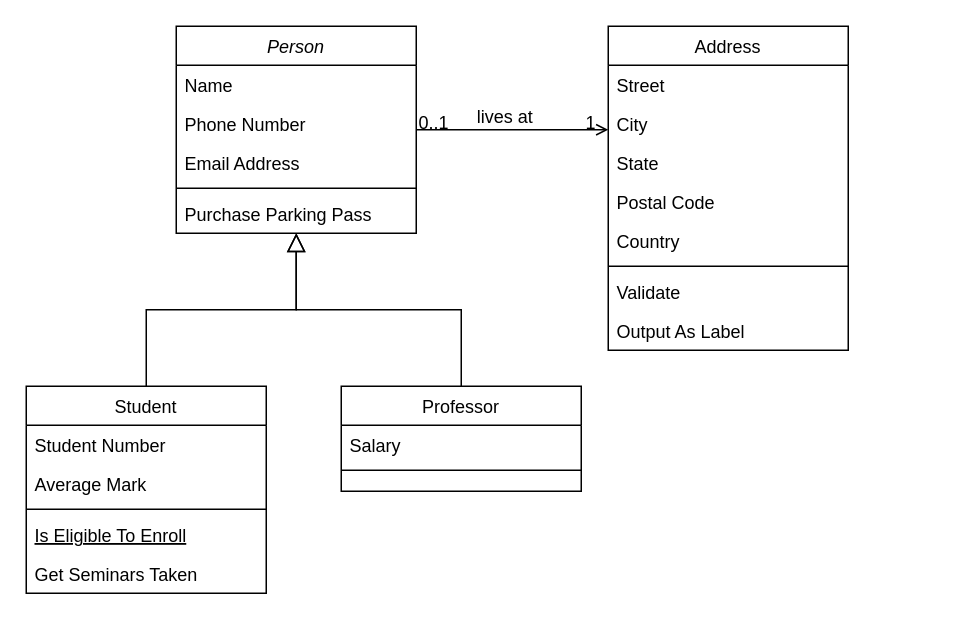
kevin-ada/AirBnB_clone keeps this draw.io diagram as web_static/Untitled Diagram.drawio. Above is the earlier version. Source tidied: cells renumbered, new cells numbered last; positions are measured from the earlier drawing's top-left corner, leaving out a move shared by most shapes. Both pictures are drawn from the tidied source at 150%, with x=0, y=0 at pixel (26, 26).
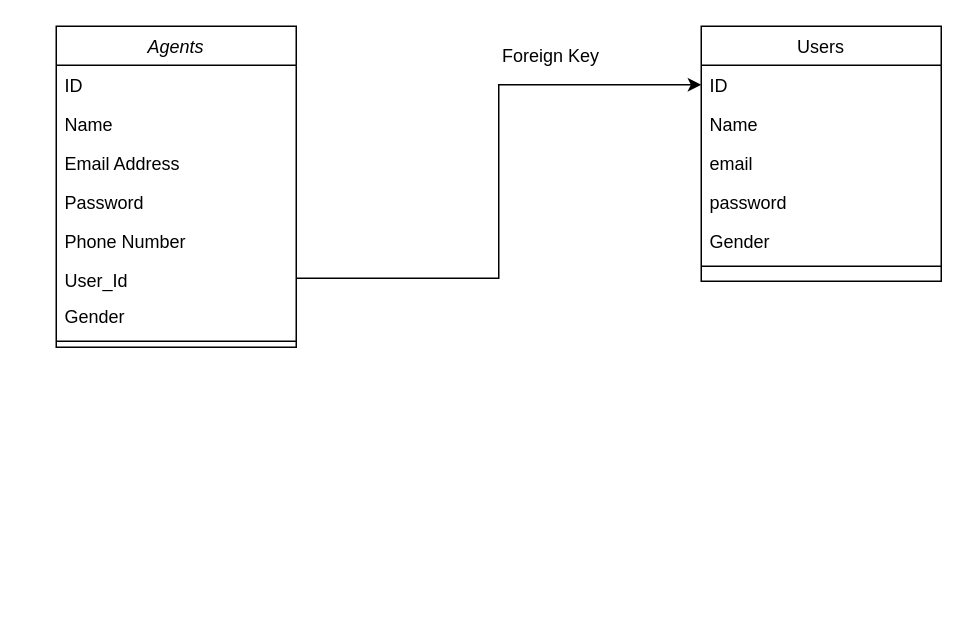
Above is the later version.

Commit message:
Employee Management System

Diff of the diagram source:
```diff
@@
+    <mxCell id="32" value="Foreign Key" style="rounded=1;whiteSpace=wrap;html=1;strokeColor=none;" parent="1" vertex="1">
+      <mxGeometry x="300" width="100" height="40" as="geometry" />
+    </mxCell>
-    <mxCell id="2" value="Person" style="swimlane;fontStyle=2;align=center;verticalAlign=top;horizontal=1;startSize=26;rounded=0;shadow=0;strokeWidth=1;" parent="1" vertex="1">
-      <mxGeometry x="100" width="160" height="138" as="geometry" />
+    <mxCell id="2" value="Agents" style="swimlane;fontStyle=2;align=center;verticalAlign=top;horizontal=1;startSize=26;rounded=0;shadow=0;strokeWidth=1;" parent="1" vertex="1">
+      <mxGeometry x="20" width="160" height="214" as="geometry" />
     </mxCell>
-    <mxCell id="3" value="Name" style="text;align=left;verticalAlign=top;spacingLeft=4;spacingRight=4;overflow=hidden;" parent="2" vertex="1">
+    <mxCell id="3" value="ID" style="text;align=left;verticalAlign=top;spacingLeft=4;spacingRight=4;overflow=hidden;" parent="2" vertex="1">
       <mxGeometry y="26" width="160" height="26" as="geometry" />
     </mxCell>
+    <mxCell id="33" value="Name" style="text;align=left;verticalAlign=top;spacingLeft=4;spacingRight=4;overflow=hidden;" parent="2" vertex="1">
+      <mxGeometry y="52" width="160" height="26" as="geometry" />
+    </mxCell>
+    <mxCell id="5" value="Email Address" style="text;align=left;verticalAlign=top;spacingLeft=4;spacingRight=4;overflow=hidden;rounded=0;shadow=0;html=0;" parent="2" vertex="1">
+      <mxGeometry y="78" width="160" height="26" as="geometry" />
+    </mxCell>
+    <mxCell id="7" value="Password&#10;" style="text;align=left;verticalAlign=top;spacingLeft=4;spacingRight=4;overflow=hidden;" parent="2" vertex="1">
+      <mxGeometry y="104" width="160" height="26" as="geometry" />
+    </mxCell>
+    <mxCell id="34" value="Phone Number" style="text;align=left;verticalAlign=top;spacingLeft=4;spacingRight=4;overflow=hidden;rounded=0;shadow=0;html=0;" parent="2" vertex="1">
+      <mxGeometry y="130" width="160" height="26" as="geometry" />
+    </mxCell>
+    <mxCell id="35" value="User_Id&#10;" style="text;align=left;verticalAlign=top;spacingLeft=4;spacingRight=4;overflow=hidden;points=[[0,0.5],[1,0.5]];portConstraint=eastwest;" parent="2" vertex="1">
+      <mxGeometry y="156" width="160" height="24" as="geometry" />
+    </mxCell>
-    <mxCell id="4" value="Phone Number" style="text;align=left;verticalAlign=top;spacingLeft=4;spacingRight=4;overflow=hidden;rounded=0;shadow=0;html=0;" parent="2" vertex="1">
-      <mxGeometry y="52" width="160" height="26" as="geometry" />
+    <mxCell id="4" value="Gender" style="text;align=left;verticalAlign=top;spacingLeft=4;spacingRight=4;overflow=hidden;rounded=0;shadow=0;html=0;" parent="2" vertex="1">
+      <mxGeometry y="180" width="160" height="26" as="geometry" />
     </mxCell>
-    <mxCell id="5" value="Email Address" style="text;align=left;verticalAlign=top;spacingLeft=4;spacingRight=4;overflow=hidden;rounded=0;shadow=0;html=0;" parent="2" vertex="1">
-      <mxGeometry y="78" width="160" height="26" as="geometry" />
-    </mxCell>
     <mxCell id="6" style="line;html=1;strokeWidth=1;align=left;verticalAlign=middle;spacingTop=-1;spacingLeft=3;spacingRight=3;labelPosition=right;" parent="2" vertex="1">
-      <mxGeometry y="104" width="160" height="8" as="geometry" />
+      <mxGeometry y="206" width="160" height="8" as="geometry" />
     </mxCell>
-    <mxCell id="7" value="Purchase Parking Pass" style="text;align=left;verticalAlign=top;spacingLeft=4;spacingRight=4;overflow=hidden;" parent="2" vertex="1">
-      <mxGeometry y="112" width="160" height="26" as="geometry" />
-    </mxCell>
-    <mxCell id="8" value="Student" style="swimlane;fontStyle=0;align=center;verticalAlign=top;horizontal=1;startSize=26;rounded=0;shadow=0;strokeWidth=1;" parent="1" vertex="1">
-      <mxGeometry y="240" width="160" height="138" as="geometry" />
-    </mxCell>
-    <mxCell id="9" value="Student Number" style="text;align=left;verticalAlign=top;spacingLeft=4;spacingRight=4;overflow=hidden;" parent="8" vertex="1">
-      <mxGeometry y="26" width="160" height="26" as="geometry" />
-    </mxCell>
-    <mxCell id="10" value="Average Mark" style="text;align=left;verticalAlign=top;spacingLeft=4;spacingRight=4;overflow=hidden;rounded=0;shadow=0;html=0;" parent="8" vertex="1">
-      <mxGeometry y="52" width="160" height="26" as="geometry" />
-    </mxCell>
-    <mxCell id="11" style="line;html=1;strokeWidth=1;align=left;verticalAlign=middle;spacingTop=-1;spacingLeft=3;spacingRight=3;labelPosition=right;" parent="8" vertex="1">
-      <mxGeometry y="78" width="160" height="8" as="geometry" />
-    </mxCell>
-    <mxCell id="12" value="Is Eligible To Enroll" style="text;align=left;verticalAlign=top;spacingLeft=4;spacingRight=4;overflow=hidden;fontStyle=4;" parent="8" vertex="1">
-      <mxGeometry y="86" width="160" height="26" as="geometry" />
-    </mxCell>
-    <mxCell id="13" value="Get Seminars Taken" style="text;align=left;verticalAlign=top;spacingLeft=4;spacingRight=4;overflow=hidden;" parent="8" vertex="1">
-      <mxGeometry y="112" width="160" height="26" as="geometry" />
-    </mxCell>
-    <mxCell id="14" style="endArrow=block;endSize=10;endFill=0;shadow=0;strokeWidth=1;rounded=0;edgeStyle=elbowEdgeStyle;elbow=vertical;" parent="1" edge="1" source="8" target="2">
-      <mxGeometry relative="1" as="geometry" />
-    </mxCell>
-    <mxCell id="15" value="Professor" style="swimlane;fontStyle=0;align=center;verticalAlign=top;horizontal=1;startSize=26;rounded=0;shadow=0;strokeWidth=1;" parent="1" vertex="1">
-      <mxGeometry x="210" y="240" width="160" height="70" as="geometry" />
-    </mxCell>
-    <mxCell id="16" value="Salary" style="text;align=left;verticalAlign=top;spacingLeft=4;spacingRight=4;overflow=hidden;" parent="15" vertex="1">
-      <mxGeometry y="26" width="160" height="26" as="geometry" />
-    </mxCell>
-    <mxCell id="17" style="line;html=1;strokeWidth=1;align=left;verticalAlign=middle;spacingTop=-1;spacingLeft=3;spacingRight=3;labelPosition=right;" parent="15" vertex="1">
-      <mxGeometry y="52" width="160" height="8" as="geometry" />
-    </mxCell>
-    <mxCell id="18" style="endArrow=block;endSize=10;endFill=0;shadow=0;strokeWidth=1;rounded=0;edgeStyle=elbowEdgeStyle;elbow=vertical;" parent="1" edge="1" source="15" target="2">
-      <mxGeometry relative="1" as="geometry" />
-    </mxCell>
-    <mxCell id="19" value="Address" style="swimlane;fontStyle=0;align=center;verticalAlign=top;horizontal=1;startSize=26;rounded=0;shadow=0;strokeWidth=1;" parent="1" vertex="1">
-      <mxGeometry x="388" width="160" height="216" as="geometry" />
+    <mxCell id="19" value="Users" style="swimlane;fontStyle=0;align=center;verticalAlign=top;horizontal=1;startSize=26;rounded=0;shadow=0;strokeWidth=1;" parent="1" vertex="1">
+      <mxGeometry x="450" width="160" height="170" as="geometry" />
     </mxCell>
-    <mxCell id="20" value="Street" style="text;align=left;verticalAlign=top;spacingLeft=4;spacingRight=4;overflow=hidden;points=[[0,0.5],[1,0.5]];portConstraint=eastwest;" parent="19" vertex="1">
+    <mxCell id="20" value="ID" style="text;align=left;verticalAlign=top;spacingLeft=4;spacingRight=4;overflow=hidden;points=[[0,0.5],[1,0.5]];portConstraint=eastwest;" parent="19" vertex="1">
       <mxGeometry y="26" width="160" height="26" as="geometry" />
     </mxCell>
-    <mxCell id="21" value="City" style="text;align=left;verticalAlign=top;spacingLeft=4;spacingRight=4;overflow=hidden;rounded=0;shadow=0;html=0;" parent="19" vertex="1">
+    <mxCell id="21" value="Name" style="text;align=left;verticalAlign=top;spacingLeft=4;spacingRight=4;overflow=hidden;rounded=0;shadow=0;html=0;" parent="19" vertex="1">
       <mxGeometry y="52" width="160" height="26" as="geometry" />
     </mxCell>
-    <mxCell id="22" value="State" style="text;align=left;verticalAlign=top;spacingLeft=4;spacingRight=4;overflow=hidden;rounded=0;shadow=0;html=0;" parent="19" vertex="1">
+    <mxCell id="22" value="email" style="text;align=left;verticalAlign=top;spacingLeft=4;spacingRight=4;overflow=hidden;rounded=0;shadow=0;html=0;" parent="19" vertex="1">
       <mxGeometry y="78" width="160" height="26" as="geometry" />
     </mxCell>
-    <mxCell id="23" value="Postal Code" style="text;align=left;verticalAlign=top;spacingLeft=4;spacingRight=4;overflow=hidden;rounded=0;shadow=0;html=0;" parent="19" vertex="1">
+    <mxCell id="23" value="password" style="text;align=left;verticalAlign=top;spacingLeft=4;spacingRight=4;overflow=hidden;rounded=0;shadow=0;html=0;" parent="19" vertex="1">
       <mxGeometry y="104" width="160" height="26" as="geometry" />
     </mxCell>
-    <mxCell id="24" value="Country" style="text;align=left;verticalAlign=top;spacingLeft=4;spacingRight=4;overflow=hidden;rounded=0;shadow=0;html=0;" parent="19" vertex="1">
-      <mxGeometry y="130" width="160" height="26" as="geometry" />
-    </mxCell>
+    <mxCell id="26" value="Gender" style="text;align=left;verticalAlign=top;spacingLeft=4;spacingRight=4;overflow=hidden;" parent="19" vertex="1">
+      <mxGeometry y="130" width="160" height="26" as="geometry" />
+    </mxCell>
@@
-    <mxCell id="26" value="Validate" style="text;align=left;verticalAlign=top;spacingLeft=4;spacingRight=4;overflow=hidden;" parent="19" vertex="1">
-      <mxGeometry y="164" width="160" height="26" as="geometry" />
-    </mxCell>
-    <mxCell id="27" value="Output As Label" style="text;align=left;verticalAlign=top;spacingLeft=4;spacingRight=4;overflow=hidden;" parent="19" vertex="1">
-      <mxGeometry y="190" width="160" height="26" as="geometry" />
-    </mxCell>
-    <mxCell id="28" style="endArrow=open;shadow=0;strokeWidth=1;rounded=0;endFill=1;edgeStyle=elbowEdgeStyle;elbow=vertical;" parent="1" edge="1" source="2" target="19">
-      <mxGeometry x="0.5" y="41" relative="1" as="geometry">
-        <mxPoint x="-40" y="32" as="offset" />
-      </mxGeometry>
-    </mxCell>
-    <mxCell id="29" value="0..1" style="align=left;verticalAlign=bottom;labelBackgroundColor=none;fontSize=12;" parent="28" vertex="1">
-      <mxGeometry x="-1" relative="1" as="geometry">
-        <mxPoint y="4" as="offset" />
-      </mxGeometry>
-    </mxCell>
-    <mxCell id="30" value="1" style="align=right;verticalAlign=bottom;labelBackgroundColor=none;fontSize=12;" parent="28" vertex="1">
-      <mxGeometry x="1" relative="1" as="geometry">
-        <mxPoint x="-7" y="4" as="offset" />
-      </mxGeometry>
-    </mxCell>
-    <mxCell id="31" value="lives at" style="text;html=1;align=center;verticalAlign=middle;labelBackgroundColor=none;rounded=0;shadow=0;strokeWidth=1;fontSize=12;" parent="28" vertex="1">
-      <mxGeometry x="0.5" y="49" relative="1" as="geometry">
-        <mxPoint x="-38" y="40" as="offset" />
-      </mxGeometry>
-    </mxCell>
+    <mxCell id="36" style="edgeStyle=orthogonalEdgeStyle;rounded=0;jettySize=auto;html=1;entryX=0;entryY=0.5;entryDx=0;entryDy=0;" parent="1" edge="1" source="35" target="20">
+      <mxGeometry relative="1" as="geometry" />
+    </mxCell>
```
